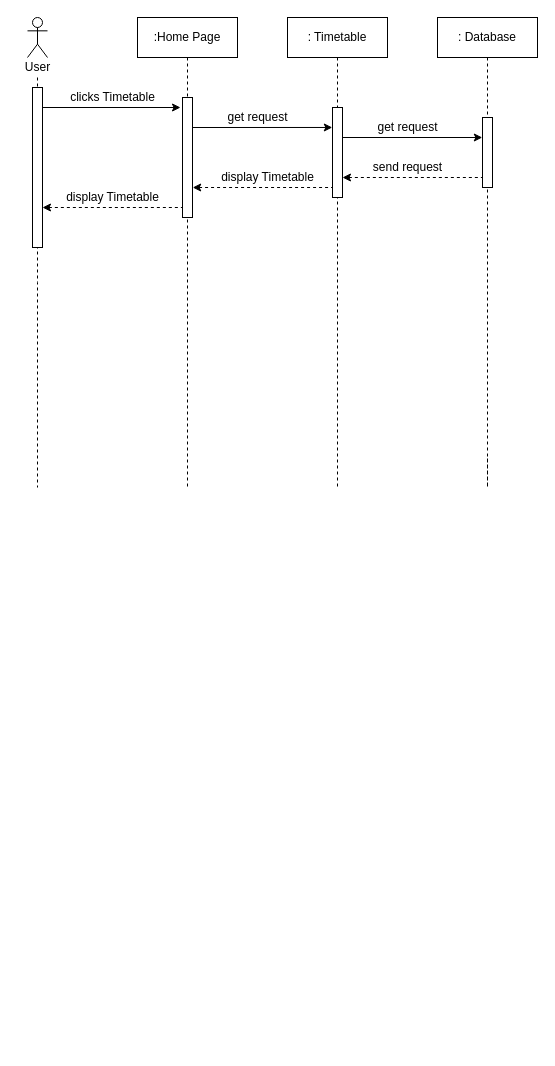
This is ViewTT(seq).drawio from FaizAnuar/ashisu, a draw.io file, before an edit. Source tidied: cells renumbered, new cells numbered last; positions are measured from the earlier drawing's top-left corner, leaving out a move shared by most shapes. Both pictures are drawn from the tidied source at 100%, with x=0, y=0 at pixel (17, 17).
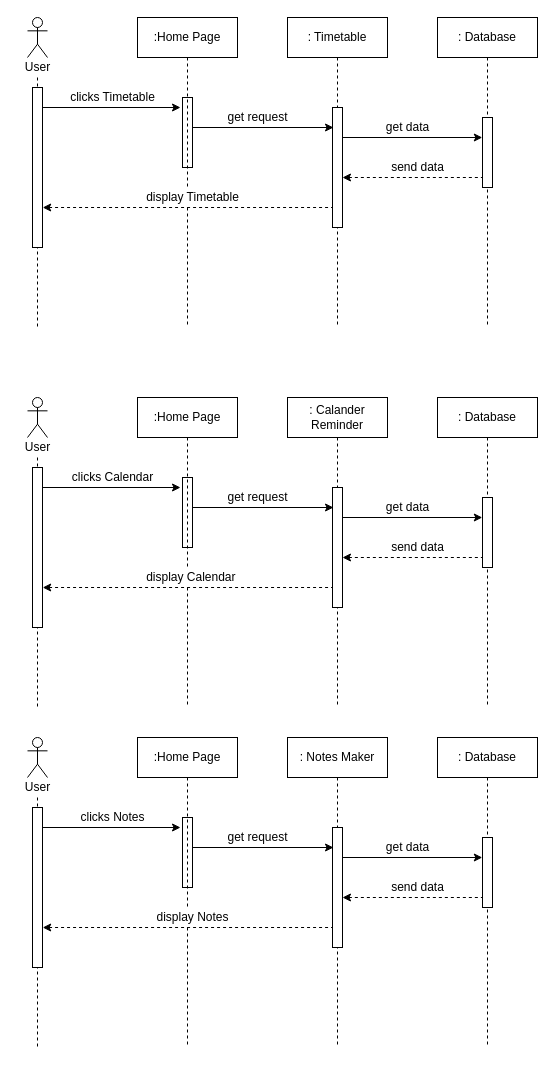
The same page after the edit.

The change refers to these unchanged cells:
```xml
<mxCell id="5" value=":Home Page" style="rounded=0;whiteSpace=wrap;html=1;" parent="1" vertex="1">
  <mxGeometry x="120" width="100" height="40" as="geometry" />
</mxCell>
<mxCell id="7" value=": Timetable" style="rounded=0;whiteSpace=wrap;html=1;" parent="1" vertex="1">
  <mxGeometry x="270" width="100" height="40" as="geometry" />
</mxCell>
<mxCell id="10" style="html=1;points=[];perimeter=orthogonalPerimeter;fillColor=#ffffff;" parent="1" vertex="1">
  <mxGeometry x="15" y="70" width="10" height="160" as="geometry" />
</mxCell>
<mxCell id="13" value="User" style="text;html=1;align=center;verticalAlign=middle;points=[];strokeColor=none;" parent="1" vertex="1">
  <mxGeometry y="40" width="40" height="20" as="geometry" />
</mxCell>
<mxCell id="15" value=": Database" style="rounded=0;whiteSpace=wrap;html=1;" parent="1" vertex="1">
  <mxGeometry x="420" width="100" height="40" as="geometry" />
</mxCell>
```

Diff of the diagram source:
```diff
@@
     <mxCell id="2" style="edgeStyle=orthogonalEdgeStyle;rounded=0;jettySize=auto;html=1;endArrow=none;endFill=0;dashed=1;" parent="1" edge="1" source="13">
       <mxGeometry relative="1" as="geometry">
-        <mxPoint x="20" y="470" as="targetPoint" />
+        <mxPoint x="20" y="310" as="targetPoint" />
       </mxGeometry>
     </mxCell>
@@
-    <mxCell id="4" style="edgeStyle=orthogonalEdgeStyle;rounded=0;jettySize=auto;html=1;endArrow=none;endFill=0;dashed=1;" parent="1" edge="1" source="5">
+    <mxCell id="4" style="edgeStyle=orthogonalEdgeStyle;rounded=0;jettySize=auto;html=1;endArrow=none;endFill=0;dashed=1;startArrow=none;" parent="1" edge="1" source="25">
       <mxGeometry relative="1" as="geometry">
-        <mxPoint x="170" y="470" as="targetPoint" />
+        <mxPoint x="170" y="310" as="targetPoint" />
+        <Array as="points">
+          <mxPoint x="170" y="260" />
+          <mxPoint x="170" y="260" />
+        </Array>
       </mxGeometry>
     </mxCell>
@@
     <mxCell id="6" style="edgeStyle=orthogonalEdgeStyle;rounded=0;jettySize=auto;html=1;endArrow=none;endFill=0;dashed=1;" parent="1" edge="1" source="7">
       <mxGeometry relative="1" as="geometry">
-        <mxPoint x="320" y="470" as="targetPoint" />
+        <mxPoint x="320" y="310" as="targetPoint" />
       </mxGeometry>
     </mxCell>
@@
     <mxCell id="11" style="html=1;perimeter=orthogonalPerimeter;fillColor=#ffffff;" parent="1" vertex="1">
-      <mxGeometry x="165" y="80" width="10" height="120" as="geometry" />
+      <mxGeometry x="165" y="80" width="10" height="70" as="geometry" />
     </mxCell>
     <mxCell id="12" style="html=1;points=[];perimeter=orthogonalPerimeter;fillColor=#ffffff;" parent="1" vertex="1">
-      <mxGeometry x="315" y="90" width="10" height="90" as="geometry" />
+      <mxGeometry x="315" y="90" width="10" height="120" as="geometry" />
     </mxCell>
@@
     <mxCell id="14" style="edgeStyle=orthogonalEdgeStyle;rounded=0;jettySize=auto;html=1;endArrow=none;endFill=0;dashed=1;" parent="1" edge="1" source="15">
       <mxGeometry relative="1" as="geometry">
-        <mxPoint x="470" y="440" as="targetPoint" />
+        <mxPoint x="470" y="310" as="targetPoint" />
         <Array as="points">
-          <mxPoint x="470" y="470" />
-          <mxPoint x="470" y="470" />
+          <mxPoint x="470" y="310" />
+          <mxPoint x="470" y="310" />
         </Array>
       </mxGeometry>
     </mxCell>
@@
-    <mxCell id="16" style="endArrow=classic;html=1;entryX=-0.02;entryY=0.222;entryDx=0;entryDy=0;entryPerimeter=0;" parent="1" edge="1" target="12">
+    <mxCell id="16" style="endArrow=classic;html=1;" parent="1" edge="1">
       <mxGeometry relative="1" as="geometry">
         <mxPoint x="175" y="110" as="sourcePoint" />
+        <mxPoint x="316" y="110" as="targetPoint" />
       </mxGeometry>
     </mxCell>
-    <mxCell id="17" style="endArrow=none;html=1;entryX=-0.02;entryY=0.222;entryDx=0;entryDy=0;entryPerimeter=0;startArrow=classic;startFill=1;endFill=0;dashed=1;" parent="1" edge="1">
-      <mxGeometry relative="1" as="geometry">
-        <mxPoint x="25" y="190" as="sourcePoint" />
-        <mxPoint x="164.8" y="190" as="targetPoint" />
-      </mxGeometry>
-    </mxCell>
-    <mxCell id="18" style="endArrow=none;html=1;entryX=-0.02;entryY=0.222;entryDx=0;entryDy=0;entryPerimeter=0;endFill=0;startArrow=classic;startFill=1;dashed=1;" parent="1" edge="1">
+    <mxCell id="18" style="endArrow=none;html=1;entryX=-0.02;entryY=0.222;entryDx=0;entryDy=0;entryPerimeter=0;endFill=0;startArrow=classic;startFill=1;dashed=1;exitX=1.02;exitY=0.75;exitDx=0;exitDy=0;exitPerimeter=0;" parent="1" edge="1" source="10">
       <mxGeometry relative="1" as="geometry">
-        <mxPoint x="175.2" y="170" as="sourcePoint" />
-        <mxPoint x="315" y="170" as="targetPoint" />
+        <mxPoint x="315" y="190" as="targetPoint" />
       </mxGeometry>
     </mxCell>
@@
-    <mxCell id="23" value="get request" style="text;html=1;align=center;verticalAlign=middle;strokeColor=none;" parent="1" vertex="1">
-      <mxGeometry x="350" y="100" width="80" height="20" as="geometry" />
+    <mxCell id="23" value="get data" style="text;html=1;align=center;verticalAlign=middle;strokeColor=none;" parent="1" vertex="1">
+      <mxGeometry x="360" y="100" width="60" height="20" as="geometry" />
     </mxCell>
-    <mxCell id="24" value="send request" style="text;html=1;align=center;verticalAlign=middle;strokeColor=none;" parent="1" vertex="1">
-      <mxGeometry x="345" y="140" width="90" height="20" as="geometry" />
-    </mxCell>
+    <mxCell id="27" value="send data" style="text;html=1;align=center;verticalAlign=middle;strokeColor=none;" parent="1" vertex="1">
+      <mxGeometry x="365" y="140" width="70" height="20" as="geometry" />
+    </mxCell>
-    <mxCell id="25" value="display Timetable" style="text;html=1;align=center;verticalAlign=middle;points=[];strokeColor=none;" parent="1" vertex="1">
-      <mxGeometry x="195" y="150" width="110" height="20" as="geometry" />
+    <mxCell id="25" value="display Timetable" style="text;html=1;align=center;verticalAlign=middle;points=[];" parent="1" vertex="1">
+      <mxGeometry x="120" y="170" width="110" height="20" as="geometry" />
     </mxCell>
-    <mxCell id="26" value="display Timetable" style="text;html=1;align=center;verticalAlign=middle;strokeColor=none;" parent="1" vertex="1">
-      <mxGeometry x="40" y="170" width="110" height="20" as="geometry" />
-    </mxCell>
+    <mxCell id="28" style="edgeStyle=orthogonalEdgeStyle;rounded=0;jettySize=auto;html=1;endArrow=none;endFill=0;dashed=1;" parent="1" edge="1" source="5" target="25">
+      <mxGeometry relative="1" as="geometry">
+        <Array as="points">
+          <mxPoint x="170" y="160" />
+          <mxPoint x="170" y="160" />
+        </Array>
+      </mxGeometry>
+    </mxCell>
+    <mxCell id="29" style="edgeStyle=orthogonalEdgeStyle;rounded=0;jettySize=auto;html=1;endArrow=none;endFill=0;dashed=1;" parent="1" edge="1" source="40">
+      <mxGeometry relative="1" as="geometry">
+        <mxPoint x="20" y="690" as="targetPoint" />
+      </mxGeometry>
+    </mxCell>
+    <mxCell id="30" style="shape=umlActor;verticalLabelPosition=bottom;verticalAlign=top;html=1;" parent="1" vertex="1">
+      <mxGeometry x="10" y="380" width="20" height="40" as="geometry" />
+    </mxCell>
+    <mxCell id="31" style="edgeStyle=orthogonalEdgeStyle;rounded=0;jettySize=auto;html=1;endArrow=none;endFill=0;dashed=1;startArrow=none;" parent="1" edge="1" source="51">
+      <mxGeometry relative="1" as="geometry">
+        <mxPoint x="170" y="690" as="targetPoint" />
+        <Array as="points">
+          <mxPoint x="170" y="640" />
+          <mxPoint x="170" y="640" />
+        </Array>
+      </mxGeometry>
+    </mxCell>
+    <mxCell id="32" value=":Home Page" style="rounded=0;whiteSpace=wrap;html=1;" parent="1" vertex="1">
+      <mxGeometry x="120" y="380" width="100" height="40" as="geometry" />
+    </mxCell>
+    <mxCell id="33" style="edgeStyle=orthogonalEdgeStyle;rounded=0;jettySize=auto;html=1;endArrow=none;endFill=0;dashed=1;" parent="1" edge="1" source="34">
+      <mxGeometry relative="1" as="geometry">
+        <mxPoint x="320" y="690" as="targetPoint" />
+      </mxGeometry>
+    </mxCell>
+    <mxCell id="34" value=": Calander Reminder" style="rounded=0;whiteSpace=wrap;html=1;" parent="1" vertex="1">
+      <mxGeometry x="270" y="380" width="100" height="40" as="geometry" />
+    </mxCell>
+    <mxCell id="35" style="endArrow=classic;html=1;" parent="1" edge="1">
+      <mxGeometry relative="1" as="geometry">
+        <mxPoint x="20" y="470" as="sourcePoint" />
+        <mxPoint x="163" y="470" as="targetPoint" />
+      </mxGeometry>
+    </mxCell>
+    <mxCell id="36" value="clicks Calendar" style="text;html=1;align=center;verticalAlign=middle;strokeColor=none;" parent="1" vertex="1">
+      <mxGeometry x="45" y="450" width="100" height="20" as="geometry" />
+    </mxCell>
+    <mxCell id="37" style="html=1;points=[];perimeter=orthogonalPerimeter;fillColor=#ffffff;" parent="1" vertex="1">
+      <mxGeometry x="15" y="450" width="10" height="160" as="geometry" />
+    </mxCell>
+    <mxCell id="38" style="html=1;perimeter=orthogonalPerimeter;fillColor=#ffffff;" parent="1" vertex="1">
+      <mxGeometry x="165" y="460" width="10" height="70" as="geometry" />
+    </mxCell>
+    <mxCell id="39" style="html=1;perimeter=orthogonalPerimeter;fillColor=#ffffff;" parent="1" vertex="1">
+      <mxGeometry x="315" y="470" width="10" height="120" as="geometry" />
+    </mxCell>
+    <mxCell id="40" value="User" style="text;html=1;align=center;verticalAlign=middle;points=[];strokeColor=none;" parent="1" vertex="1">
+      <mxGeometry y="420" width="40" height="20" as="geometry" />
+    </mxCell>
+    <mxCell id="41" style="edgeStyle=orthogonalEdgeStyle;rounded=0;jettySize=auto;html=1;endArrow=none;endFill=0;dashed=1;" parent="1" edge="1" source="42">
+      <mxGeometry relative="1" as="geometry">
+        <mxPoint x="470" y="690" as="targetPoint" />
+        <Array as="points">
+          <mxPoint x="470" y="690" />
+          <mxPoint x="470" y="690" />
+        </Array>
+      </mxGeometry>
+    </mxCell>
+    <mxCell id="42" value=": Database" style="rounded=0;whiteSpace=wrap;html=1;" parent="1" vertex="1">
+      <mxGeometry x="420" y="380" width="100" height="40" as="geometry" />
+    </mxCell>
+    <mxCell id="43" style="endArrow=classic;html=1;" parent="1" edge="1">
+      <mxGeometry relative="1" as="geometry">
+        <mxPoint x="175" y="490" as="sourcePoint" />
+        <mxPoint x="316" y="490" as="targetPoint" />
+      </mxGeometry>
+    </mxCell>
+    <mxCell id="44" style="endArrow=none;html=1;entryX=-0.02;entryY=0.222;entryDx=0;entryDy=0;entryPerimeter=0;endFill=0;startArrow=classic;startFill=1;dashed=1;exitX=1.02;exitY=0.75;exitDx=0;exitDy=0;exitPerimeter=0;" parent="1" edge="1" source="37">
+      <mxGeometry relative="1" as="geometry">
+        <mxPoint x="315" y="570" as="targetPoint" />
+      </mxGeometry>
+    </mxCell>
+    <mxCell id="45" value="get request" style="text;html=1;align=center;verticalAlign=middle;strokeColor=none;" parent="1" vertex="1">
+      <mxGeometry x="200" y="470" width="80" height="20" as="geometry" />
+    </mxCell>
+    <mxCell id="46" style="html=1;perimeter=orthogonalPerimeter;fillColor=#ffffff;" parent="1" vertex="1">
+      <mxGeometry x="465" y="480" width="10" height="70" as="geometry" />
+    </mxCell>
+    <mxCell id="47" style="endArrow=classic;html=1;entryX=-0.02;entryY=0.222;entryDx=0;entryDy=0;entryPerimeter=0;" parent="1" edge="1">
+      <mxGeometry relative="1" as="geometry">
+        <mxPoint x="325" y="500" as="sourcePoint" />
+        <mxPoint x="464.8" y="500" as="targetPoint" />
+      </mxGeometry>
+    </mxCell>
+    <mxCell id="48" style="endArrow=none;html=1;entryX=-0.02;entryY=0.222;entryDx=0;entryDy=0;entryPerimeter=0;startArrow=classic;startFill=1;endFill=0;dashed=1;" parent="1" edge="1">
+      <mxGeometry relative="1" as="geometry">
+        <mxPoint x="325" y="540" as="sourcePoint" />
+        <mxPoint x="464.8" y="540" as="targetPoint" />
+      </mxGeometry>
+    </mxCell>
+    <mxCell id="49" value="get data" style="text;html=1;align=center;verticalAlign=middle;strokeColor=none;" parent="1" vertex="1">
+      <mxGeometry x="360" y="480" width="60" height="20" as="geometry" />
+    </mxCell>
+    <mxCell id="50" value="send data" style="text;html=1;align=center;verticalAlign=middle;strokeColor=none;" parent="1" vertex="1">
+      <mxGeometry x="365" y="520" width="70" height="20" as="geometry" />
+    </mxCell>
+    <mxCell id="51" value="display Calendar&amp;nbsp;" style="text;html=1;align=center;verticalAlign=middle;points=[];" parent="1" vertex="1">
+      <mxGeometry x="120" y="550" width="110" height="20" as="geometry" />
+    </mxCell>
+    <mxCell id="52" style="edgeStyle=orthogonalEdgeStyle;rounded=0;jettySize=auto;html=1;endArrow=none;endFill=0;dashed=1;" parent="1" edge="1" source="32" target="51">
+      <mxGeometry relative="1" as="geometry">
+        <Array as="points">
+          <mxPoint x="170" y="540" />
+          <mxPoint x="170" y="540" />
+        </Array>
+      </mxGeometry>
+    </mxCell>
+    <mxCell id="53" style="edgeStyle=orthogonalEdgeStyle;rounded=0;jettySize=auto;html=1;endArrow=none;endFill=0;dashed=1;" parent="1" edge="1" source="64">
+      <mxGeometry relative="1" as="geometry">
+        <mxPoint x="20" y="1030" as="targetPoint" />
+      </mxGeometry>
+    </mxCell>
+    <mxCell id="54" style="shape=umlActor;verticalLabelPosition=bottom;verticalAlign=top;html=1;" parent="1" vertex="1">
+      <mxGeometry x="10" y="720" width="20" height="40" as="geometry" />
+    </mxCell>
+    <mxCell id="55" style="edgeStyle=orthogonalEdgeStyle;rounded=0;jettySize=auto;html=1;endArrow=none;endFill=0;dashed=1;startArrow=none;" parent="1" edge="1" source="75">
+      <mxGeometry relative="1" as="geometry">
+        <mxPoint x="170" y="1030" as="targetPoint" />
+        <Array as="points">
+          <mxPoint x="170" y="980" />
+          <mxPoint x="170" y="980" />
+        </Array>
+      </mxGeometry>
+    </mxCell>
+    <mxCell id="56" value=":Home Page" style="rounded=0;whiteSpace=wrap;html=1;" parent="1" vertex="1">
+      <mxGeometry x="120" y="720" width="100" height="40" as="geometry" />
+    </mxCell>
+    <mxCell id="57" style="edgeStyle=orthogonalEdgeStyle;rounded=0;jettySize=auto;html=1;endArrow=none;endFill=0;dashed=1;" parent="1" edge="1" source="58">
+      <mxGeometry relative="1" as="geometry">
+        <mxPoint x="320" y="1030" as="targetPoint" />
+      </mxGeometry>
+    </mxCell>
+    <mxCell id="58" value=": Notes Maker" style="rounded=0;whiteSpace=wrap;html=1;" parent="1" vertex="1">
+      <mxGeometry x="270" y="720" width="100" height="40" as="geometry" />
+    </mxCell>
+    <mxCell id="59" style="endArrow=classic;html=1;" parent="1" edge="1">
+      <mxGeometry relative="1" as="geometry">
+        <mxPoint x="20" y="810" as="sourcePoint" />
+        <mxPoint x="163" y="810" as="targetPoint" />
+      </mxGeometry>
+    </mxCell>
+    <mxCell id="60" value="clicks Notes" style="text;html=1;align=center;verticalAlign=middle;strokeColor=none;" parent="1" vertex="1">
+      <mxGeometry x="55" y="790" width="80" height="20" as="geometry" />
+    </mxCell>
+    <mxCell id="61" style="html=1;points=[];perimeter=orthogonalPerimeter;fillColor=#ffffff;" parent="1" vertex="1">
+      <mxGeometry x="15" y="790" width="10" height="160" as="geometry" />
+    </mxCell>
+    <mxCell id="62" style="html=1;perimeter=orthogonalPerimeter;fillColor=#ffffff;" parent="1" vertex="1">
+      <mxGeometry x="165" y="800" width="10" height="70" as="geometry" />
+    </mxCell>
+    <mxCell id="63" style="html=1;perimeter=orthogonalPerimeter;fillColor=#ffffff;" parent="1" vertex="1">
+      <mxGeometry x="315" y="810" width="10" height="120" as="geometry" />
+    </mxCell>
+    <mxCell id="64" value="User" style="text;html=1;align=center;verticalAlign=middle;points=[];strokeColor=none;" parent="1" vertex="1">
+      <mxGeometry y="760" width="40" height="20" as="geometry" />
+    </mxCell>
+    <mxCell id="65" style="edgeStyle=orthogonalEdgeStyle;rounded=0;jettySize=auto;html=1;endArrow=none;endFill=0;dashed=1;" parent="1" edge="1" source="66">
+      <mxGeometry relative="1" as="geometry">
+        <mxPoint x="470" y="1030" as="targetPoint" />
+        <Array as="points">
+          <mxPoint x="470" y="1030" />
+          <mxPoint x="470" y="1030" />
+        </Array>
+      </mxGeometry>
+    </mxCell>
+    <mxCell id="66" value=": Database" style="rounded=0;whiteSpace=wrap;html=1;" parent="1" vertex="1">
+      <mxGeometry x="420" y="720" width="100" height="40" as="geometry" />
+    </mxCell>
+    <mxCell id="67" style="endArrow=classic;html=1;" parent="1" edge="1">
+      <mxGeometry relative="1" as="geometry">
+        <mxPoint x="175" y="830" as="sourcePoint" />
+        <mxPoint x="316" y="830" as="targetPoint" />
+      </mxGeometry>
+    </mxCell>
+    <mxCell id="68" style="endArrow=none;html=1;entryX=-0.02;entryY=0.222;entryDx=0;entryDy=0;entryPerimeter=0;endFill=0;startArrow=classic;startFill=1;dashed=1;exitX=1.02;exitY=0.75;exitDx=0;exitDy=0;exitPerimeter=0;" parent="1" edge="1" source="61">
+      <mxGeometry relative="1" as="geometry">
+        <mxPoint x="315" y="910" as="targetPoint" />
+      </mxGeometry>
+    </mxCell>
+    <mxCell id="69" value="get request" style="text;html=1;align=center;verticalAlign=middle;strokeColor=none;" parent="1" vertex="1">
+      <mxGeometry x="200" y="810" width="80" height="20" as="geometry" />
+    </mxCell>
+    <mxCell id="70" style="html=1;perimeter=orthogonalPerimeter;fillColor=#ffffff;" parent="1" vertex="1">
+      <mxGeometry x="465" y="820" width="10" height="70" as="geometry" />
+    </mxCell>
+    <mxCell id="71" style="endArrow=classic;html=1;entryX=-0.02;entryY=0.222;entryDx=0;entryDy=0;entryPerimeter=0;" parent="1" edge="1">
+      <mxGeometry relative="1" as="geometry">
+        <mxPoint x="325" y="840" as="sourcePoint" />
+        <mxPoint x="464.8" y="840" as="targetPoint" />
+      </mxGeometry>
+    </mxCell>
+    <mxCell id="72" style="endArrow=none;html=1;entryX=-0.02;entryY=0.222;entryDx=0;entryDy=0;entryPerimeter=0;startArrow=classic;startFill=1;endFill=0;dashed=1;" parent="1" edge="1">
+      <mxGeometry relative="1" as="geometry">
+        <mxPoint x="325" y="880" as="sourcePoint" />
+        <mxPoint x="464.8" y="880" as="targetPoint" />
+      </mxGeometry>
+    </mxCell>
+    <mxCell id="73" value="get data" style="text;html=1;align=center;verticalAlign=middle;strokeColor=none;" parent="1" vertex="1">
+      <mxGeometry x="360" y="820" width="60" height="20" as="geometry" />
+    </mxCell>
+    <mxCell id="74" value="send data" style="text;html=1;align=center;verticalAlign=middle;strokeColor=none;" parent="1" vertex="1">
+      <mxGeometry x="365" y="860" width="70" height="20" as="geometry" />
+    </mxCell>
+    <mxCell id="75" value="display Notes" style="text;html=1;align=center;verticalAlign=middle;points=[];" parent="1" vertex="1">
+      <mxGeometry x="130" y="890" width="90" height="20" as="geometry" />
+    </mxCell>
+    <mxCell id="76" style="edgeStyle=orthogonalEdgeStyle;rounded=0;jettySize=auto;html=1;endArrow=none;endFill=0;dashed=1;" parent="1" edge="1" source="56" target="75">
+      <mxGeometry relative="1" as="geometry">
+        <Array as="points">
+          <mxPoint x="170" y="880" />
+          <mxPoint x="170" y="880" />
+        </Array>
+      </mxGeometry>
+    </mxCell>
```
